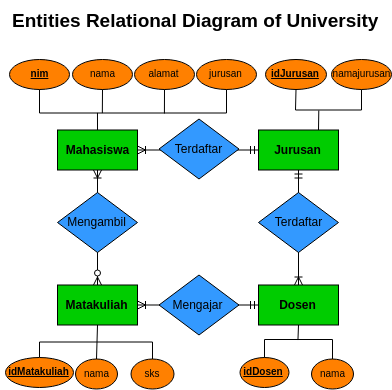
This is ERD-university.png from RofiSyahrul/ch-rubicamp, a draw.io export, as it was before one commit. Source tidied: cells renumbered, new cells last; positions are measured from the earlier drawing's top-left corner, leaving out a move shared by most shapes.
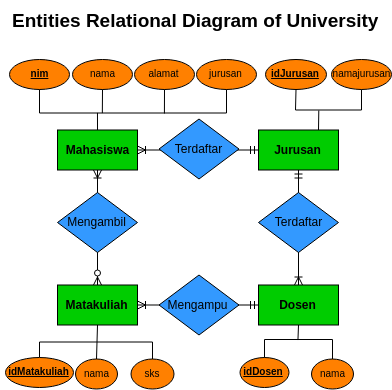
The same file after the commit.

Change to the diagram source:
```diff
@@ -38,7 +38,7 @@
     <mxCell id="13" value="Mengambil" style="rhombus;whiteSpace=wrap;html=1;rounded=0;shadow=0;glass=0;comic=0;strokeColor=#000000;fillColor=#3399FF;" parent="1" vertex="1">
       <mxGeometry x="57" y="192" width="80" height="60" as="geometry" />
     </mxCell>
-    <mxCell id="14" value="Mengajar" style="rhombus;whiteSpace=wrap;html=1;rounded=0;shadow=0;glass=0;comic=0;strokeColor=#000000;fillColor=#3399FF;" parent="1" vertex="1">
+    <mxCell id="14" value="Mengampu" style="rhombus;whiteSpace=wrap;html=1;rounded=0;shadow=0;glass=0;comic=0;strokeColor=#000000;fillColor=#3399FF;" parent="1" vertex="1">
       <mxGeometry x="158.5" y="274.5" width="80" height="60" as="geometry" />
     </mxCell>
     <mxCell id="15" value="Terdaftar" style="rhombus;whiteSpace=wrap;html=1;rounded=0;shadow=0;glass=0;comic=0;strokeColor=#000000;fillColor=#3399FF;" parent="1" vertex="1">
```
